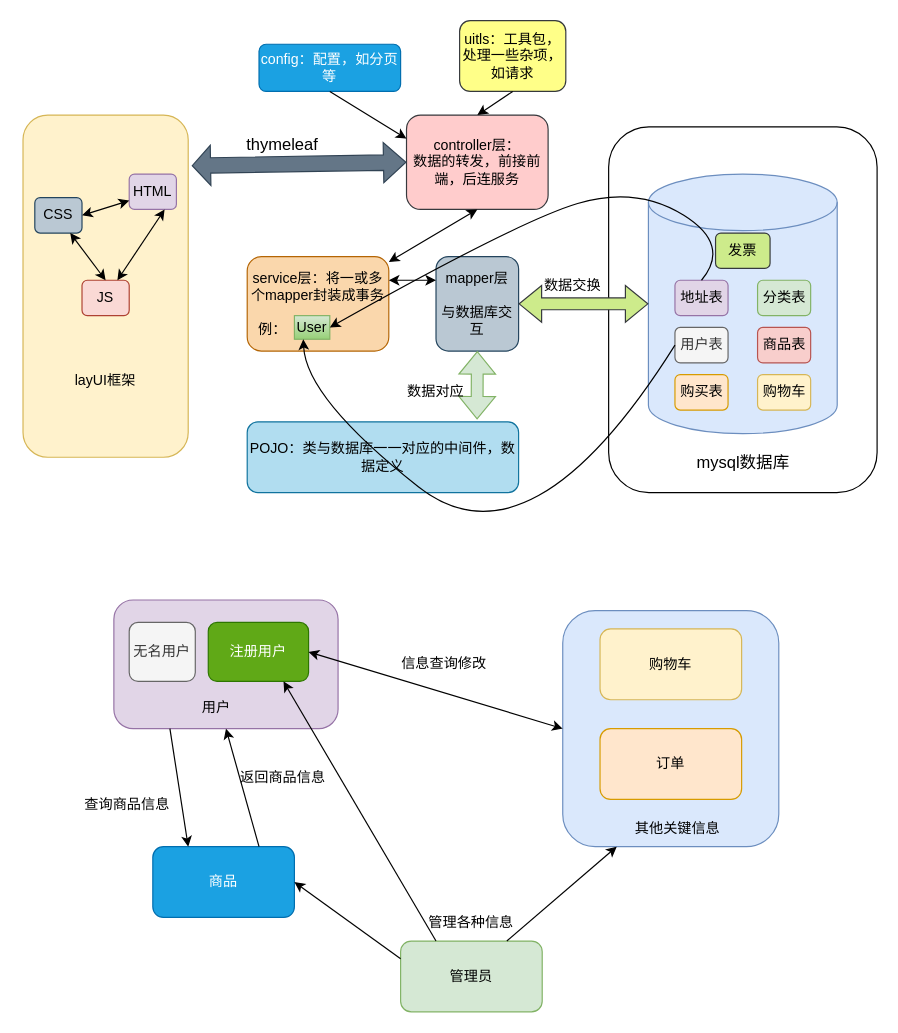
Earlier version of the draw.io diagram page "第 1 页" (1 of 23) of spring.drawio (Duxingmengshou/Duxingmengshou.github.io). Source tidied: cells renumbered, new cells numbered last; positions are measured from the earlier drawing's top-left corner, leaving out a move shared by most shapes. Both pictures are drawn from the tidied source at 118%, with x=0, y=0 at pixel (22, 20).
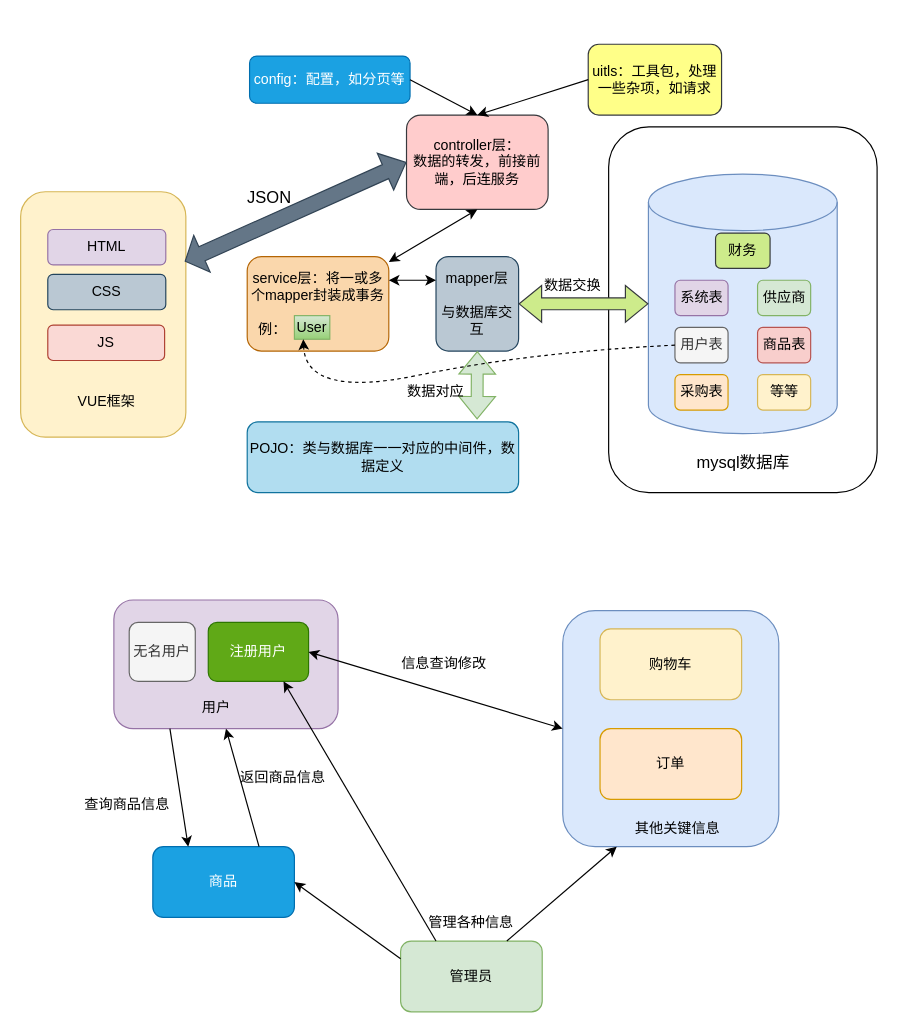
After the change.

Unchanged cells that the change refers to:
```xml
<mxCell id="5" value="controller层：&lt;br&gt;数据的转发，前接前端，后连服务" style="rounded=1;whiteSpace=wrap;html=1;fillColor=#ffcccc;strokeColor=#36393d;" parent="1" vertex="1">
  <mxGeometry x="325" y="80" width="120" height="80" as="geometry" />
</mxCell>
<mxCell id="12" value="用户表" style="rounded=1;whiteSpace=wrap;html=1;fillColor=#f5f5f5;fontColor=#333333;strokeColor=#666666;" parent="1" vertex="1">
  <mxGeometry x="552.5" y="260" width="45" height="30" as="geometry" />
</mxCell>
<mxCell id="22" value="User" style="rounded=0;whiteSpace=wrap;html=1;fillColor=#d5e8d4;gradientColor=#97d077;strokeColor=#82b366;" parent="1" vertex="1">
  <mxGeometry x="230" y="250" width="30" height="20" as="geometry" />
</mxCell>
```

The edit, as a diff of the source:
```diff
@@
-    <mxCell id="10" value="地址表" style="rounded=1;whiteSpace=wrap;html=1;fillColor=#e1d5e7;strokeColor=#9673a6;" parent="1" vertex="1">
+    <mxCell id="10" value="系统表" style="rounded=1;whiteSpace=wrap;html=1;fillColor=#e1d5e7;strokeColor=#9673a6;" parent="1" vertex="1">
       <mxGeometry x="552.5" y="220" width="45" height="30" as="geometry" />
     </mxCell>
@@
-    <mxCell id="13" value="分类表" style="rounded=1;whiteSpace=wrap;html=1;fillColor=#d5e8d4;strokeColor=#82b366;" parent="1" vertex="1">
+    <mxCell id="13" value="供应商" style="rounded=1;whiteSpace=wrap;html=1;fillColor=#d5e8d4;strokeColor=#82b366;" parent="1" vertex="1">
       <mxGeometry x="622.5" y="220" width="45" height="30" as="geometry" />
     </mxCell>
-    <mxCell id="14" value="购买表" style="rounded=1;whiteSpace=wrap;html=1;fillColor=#ffe6cc;strokeColor=#d79b00;" parent="1" vertex="1">
+    <mxCell id="14" value="采购表" style="rounded=1;whiteSpace=wrap;html=1;fillColor=#ffe6cc;strokeColor=#d79b00;" parent="1" vertex="1">
       <mxGeometry x="552.5" y="300" width="45" height="30" as="geometry" />
     </mxCell>
-    <mxCell id="15" value="购物车" style="rounded=1;whiteSpace=wrap;html=1;fillColor=#fff2cc;strokeColor=#d6b656;" parent="1" vertex="1">
+    <mxCell id="15" value="等等" style="rounded=1;whiteSpace=wrap;html=1;fillColor=#fff2cc;strokeColor=#d6b656;" parent="1" vertex="1">
       <mxGeometry x="622.5" y="300" width="45" height="30" as="geometry" />
     </mxCell>
@@
-    <mxCell id="17" value="发票" style="rounded=1;whiteSpace=wrap;html=1;fillColor=#cdeb8b;strokeColor=#36393d;" parent="1" vertex="1">
+    <mxCell id="17" value="财务" style="rounded=1;whiteSpace=wrap;html=1;fillColor=#cdeb8b;strokeColor=#36393d;" parent="1" vertex="1">
       <mxGeometry x="586.9" y="180" width="46.2" height="30" as="geometry" />
     </mxCell>
@@
-    <mxCell id="23" style="curved=1;endArrow=classic;html=1;rounded=0;exitX=0;exitY=0.5;exitDx=0;exitDy=0;entryX=0.25;entryY=1;entryDx=0;entryDy=0;" parent="1" edge="1" source="12" target="22">
+    <mxCell id="23" style="curved=1;endArrow=classic;html=1;rounded=0;exitX=0;exitY=0.5;exitDx=0;exitDy=0;entryX=0.25;entryY=1;entryDx=0;entryDy=0;dashed=1;" parent="1" edge="1" source="12" target="22">
       <mxGeometry relative="1" as="geometry">
         <Array as="points">
-          <mxPoint x="430" y="470" />
+          <mxPoint x="430" y="281" />
           <mxPoint x="240" y="320" />
         </Array>
       </mxGeometry>
     </mxCell>
-    <mxCell id="24" style="curved=1;endArrow=classic;html=1;rounded=0;exitX=0.5;exitY=0;exitDx=0;exitDy=0;entryX=1;entryY=0.5;entryDx=0;entryDy=0;" parent="1" edge="1" source="10" target="22">
-      <mxGeometry relative="1" as="geometry">
-        <Array as="points">
-          <mxPoint x="600" y="190" />
-          <mxPoint x="520" y="140" />
-          <mxPoint x="420" y="170" />
-        </Array>
-      </mxGeometry>
-    </mxCell>
@@
     <mxCell id="26" style="rounded=1;whiteSpace=wrap;html=1;fillColor=#fff2cc;strokeColor=#d6b656;" parent="1" vertex="1">
-      <mxGeometry y="80" width="140" height="290" as="geometry" />
+      <mxGeometry x="-2" y="145" width="140" height="208" as="geometry" />
     </mxCell>
     <mxCell id="27" value="uitls：工具包，处理一些杂项，如请求" style="rounded=1;whiteSpace=wrap;html=1;fillColor=#ffff88;strokeColor=#36393d;" parent="1" vertex="1">
-      <mxGeometry x="370" width="90" height="60" as="geometry" />
+      <mxGeometry x="479" y="20" width="113" height="60" as="geometry" />
     </mxCell>
-    <mxCell id="28" style="endArrow=classic;html=1;rounded=0;exitX=0.5;exitY=1;exitDx=0;exitDy=0;entryX=0.5;entryY=0;entryDx=0;entryDy=0;" parent="1" edge="1" source="27" target="5">
+    <mxCell id="28" style="endArrow=classic;html=1;rounded=0;exitX=0;exitY=0.5;exitDx=0;exitDy=0;entryX=0.5;entryY=0;entryDx=0;entryDy=0;" parent="1" edge="1" source="27" target="5">
       <mxGeometry relative="1" as="geometry" />
     </mxCell>
     <mxCell id="29" value="config：配置，如分页等" style="rounded=1;whiteSpace=wrap;html=1;fillColor=#1ba1e2;strokeColor=#006EAF;fontColor=#ffffff;" parent="1" vertex="1">
-      <mxGeometry x="200" y="20" width="120" height="40" as="geometry" />
+      <mxGeometry x="192" y="30" width="136" height="40" as="geometry" />
     </mxCell>
-    <mxCell id="30" style="endArrow=classic;html=1;rounded=0;exitX=0.5;exitY=1;exitDx=0;exitDy=0;entryX=0;entryY=0.25;entryDx=0;entryDy=0;" parent="1" edge="1" source="29" target="5">
+    <mxCell id="30" style="endArrow=classic;html=1;rounded=0;exitX=1;exitY=0.5;exitDx=0;exitDy=0;entryX=0.5;entryY=0;entryDx=0;entryDy=0;" parent="1" edge="1" source="29" target="5">
       <mxGeometry relative="1" as="geometry" />
     </mxCell>
-    <mxCell id="31" style="shape=flexArrow;endArrow=classic;startArrow=classic;html=1;rounded=0;exitX=1.021;exitY=0.148;exitDx=0;exitDy=0;exitPerimeter=0;fillColor=#647687;strokeColor=#314354;width=13;startSize=4.84;" parent="1" edge="1" source="26">
+    <mxCell id="31" style="shape=flexArrow;endArrow=classic;startArrow=classic;html=1;rounded=0;fillColor=#647687;strokeColor=#314354;width=13;startSize=4.84;exitX=0.993;exitY=0.284;exitDx=0;exitDy=0;exitPerimeter=0;" parent="1" edge="1" source="26">
       <mxGeometry relative="1" as="geometry">
         <mxPoint x="325" y="120" as="targetPoint" />
       </mxGeometry>
     </mxCell>
-    <mxCell id="32" value="layUI框架" style="text;html=1;strokeColor=none;fillColor=none;align=center;verticalAlign=middle;whiteSpace=wrap;rounded=0;" parent="1" vertex="1">
-      <mxGeometry x="40" y="290" width="60" height="30" as="geometry" />
+    <mxCell id="32" value="VUE框架" style="text;html=1;strokeColor=none;fillColor=none;align=center;verticalAlign=middle;whiteSpace=wrap;rounded=0;" parent="1" vertex="1">
+      <mxGeometry x="40.5" y="308" width="60" height="30" as="geometry" />
     </mxCell>
     <mxCell id="33" value="CSS" style="rounded=1;whiteSpace=wrap;html=1;fillColor=#bac8d3;strokeColor=#23445d;" parent="1" vertex="1">
-      <mxGeometry x="10" y="150" width="40" height="30" as="geometry" />
+      <mxGeometry x="21" y="215" width="100" height="30" as="geometry" />
     </mxCell>
     <mxCell id="34" value="JS" style="rounded=1;whiteSpace=wrap;html=1;fillColor=#fad9d5;strokeColor=#ae4132;" parent="1" vertex="1">
-      <mxGeometry x="50" y="220" width="40" height="30" as="geometry" />
+      <mxGeometry x="21" y="258" width="99" height="30" as="geometry" />
     </mxCell>
     <mxCell id="35" value="HTML" style="rounded=1;whiteSpace=wrap;html=1;fillColor=#e1d5e7;strokeColor=#9673a6;" parent="1" vertex="1">
-      <mxGeometry x="90" y="130" width="40" height="30" as="geometry" />
+      <mxGeometry x="21" y="177" width="100" height="30" as="geometry" />
     </mxCell>
-    <mxCell id="36" style="endArrow=classic;startArrow=classic;html=1;rounded=0;entryX=0.75;entryY=1;entryDx=0;entryDy=0;exitX=0.75;exitY=0;exitDx=0;exitDy=0;" parent="1" edge="1" source="34" target="35">
-      <mxGeometry relative="1" as="geometry" />
-    </mxCell>
-    <mxCell id="37" style="endArrow=classic;startArrow=classic;html=1;rounded=0;exitX=0.5;exitY=0;exitDx=0;exitDy=0;entryX=0.75;entryY=1;entryDx=0;entryDy=0;" parent="1" edge="1" source="34" target="33">
-      <mxGeometry relative="1" as="geometry" />
-    </mxCell>
-    <mxCell id="38" style="endArrow=classic;startArrow=classic;html=1;rounded=0;entryX=0;entryY=0.75;entryDx=0;entryDy=0;exitX=1;exitY=0.5;exitDx=0;exitDy=0;" parent="1" edge="1" source="33" target="35">
-      <mxGeometry relative="1" as="geometry" />
-    </mxCell>
-    <mxCell id="39" value="&lt;font style=&quot;font-size: 14px;&quot;&gt;thymeleaf&lt;/font&gt;" style="text;html=1;strokeColor=none;fillColor=none;align=center;verticalAlign=middle;whiteSpace=wrap;rounded=0;" parent="1" vertex="1">
-      <mxGeometry x="190" y="90" width="60" height="30" as="geometry" />
+    <mxCell id="39" value="&lt;font style=&quot;font-size: 14px;&quot;&gt;JSON&lt;/font&gt;" style="text;html=1;strokeColor=none;fillColor=none;align=center;verticalAlign=middle;whiteSpace=wrap;rounded=0;" parent="1" vertex="1">
+      <mxGeometry x="179" y="135" width="60" height="30" as="geometry" />
     </mxCell>
```
